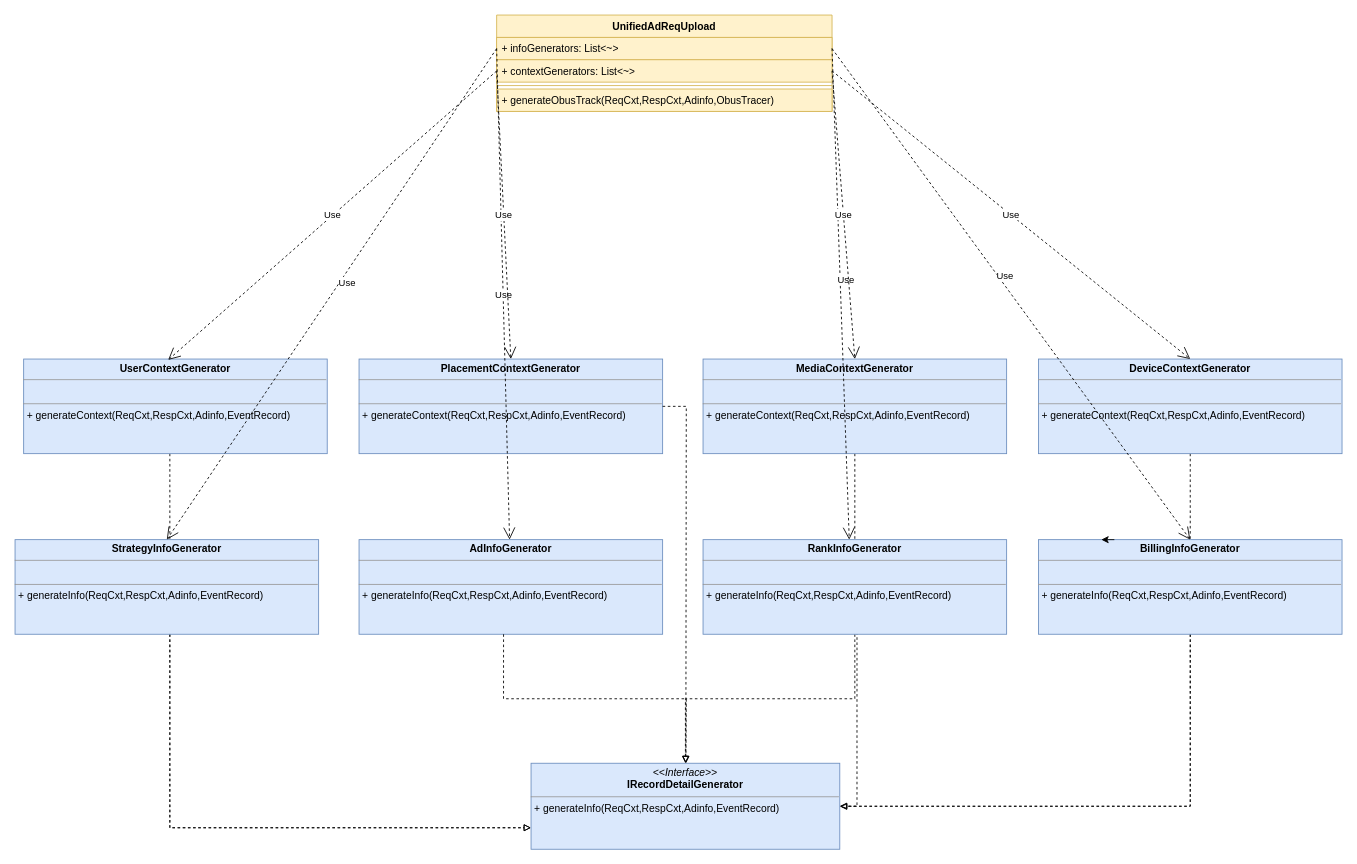
This is page "广告统一转换ObusTrack服务" (4 of 10) of universal-engine/universal-transparent.drawio from karlchan-cn/drawio-repository, a draw.io file, before an edit. Source tidied: cells renumbered, new cells numbered last; positions are measured from the earlier drawing's top-left corner, leaving out a move shared by most shapes. Both pictures are drawn from the tidied source at 86%, with x=0, y=0 at pixel (15, 15).
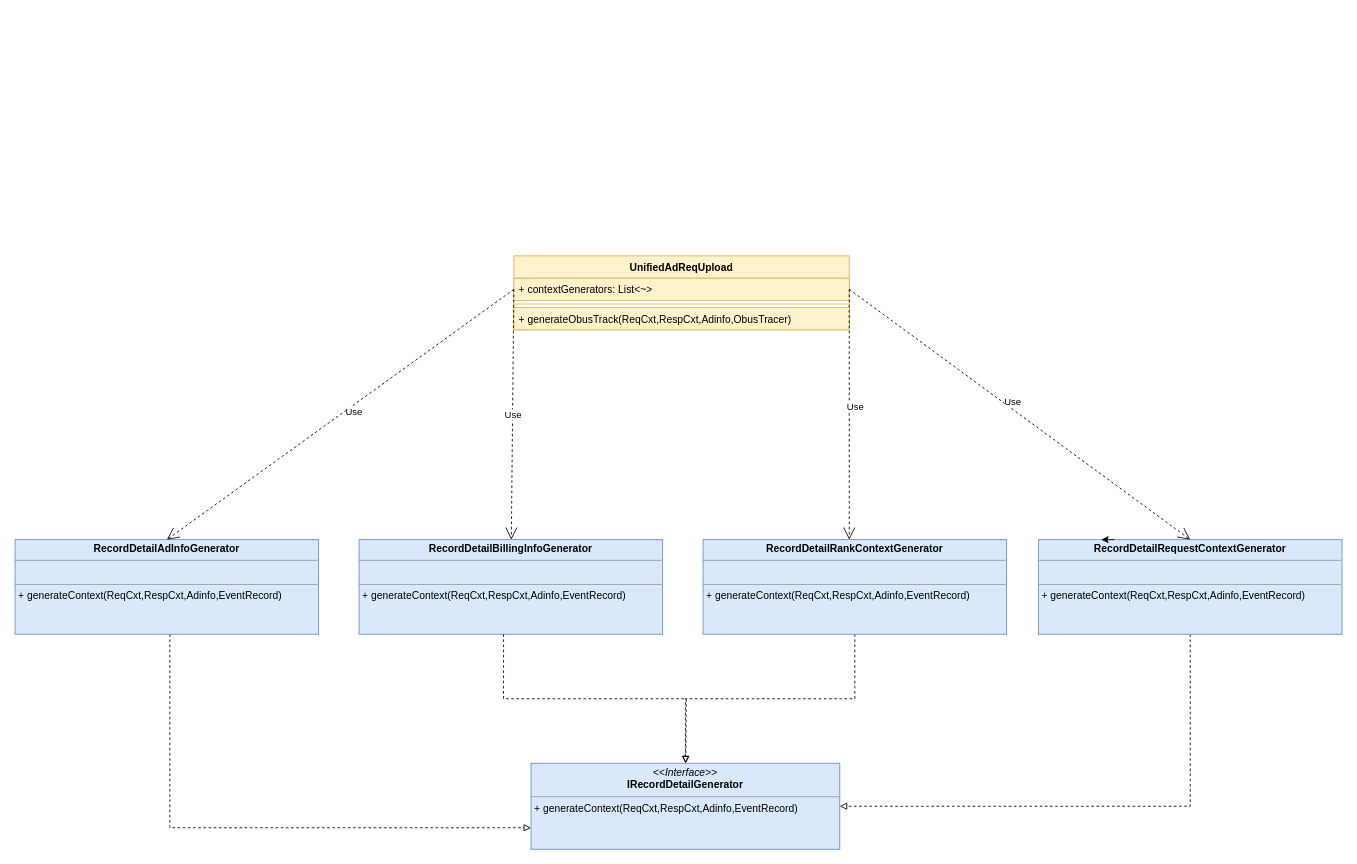
Above is the later version.

Diff of the diagram source:
```diff
@@
-    <mxCell id="2" value="&lt;p style=&quot;margin:0px;margin-top:4px;text-align:center;&quot;&gt;&lt;b&gt;PlacementContextGenerator&lt;/b&gt;&lt;/p&gt;&lt;hr size=&quot;1&quot;&gt;&lt;p style=&quot;margin:0px;margin-left:4px;&quot;&gt;&lt;br&gt;&lt;/p&gt;&lt;hr size=&quot;1&quot;&gt;&lt;p style=&quot;margin:0px;margin-left:4px;&quot;&gt;+ generateContext(ReqCxt,RespCxt,Adinfo,EventRecord)&lt;br&gt;&lt;/p&gt;" style="verticalAlign=top;align=left;overflow=fill;fontSize=12;fontFamily=Helvetica;html=1;whiteSpace=wrap;fillColor=#DAE8FC;strokeColor=#6C8EBF;" parent="1" vertex="1">
-      <mxGeometry x="400" y="400" width="353" height="110" as="geometry" />
-    </mxCell>
-    <mxCell id="3" style="edgeStyle=orthogonalEdgeStyle;rounded=0;jettySize=auto;html=1;entryX=0;entryY=0.75;entryDx=0;entryDy=0;dashed=1;endArrow=block;endFill=0;" parent="1" edge="1" source="4" target="29">
-      <mxGeometry relative="1" as="geometry">
-        <Array as="points">
-          <mxPoint x="180" y="945" />
-        </Array>
-      </mxGeometry>
-    </mxCell>
-    <mxCell id="4" value="&lt;p style=&quot;margin:0px;margin-top:4px;text-align:center;&quot;&gt;&lt;b&gt;UserContextGenerator&lt;/b&gt;&lt;/p&gt;&lt;hr size=&quot;1&quot;&gt;&lt;p style=&quot;margin:0px;margin-left:4px;&quot;&gt;&lt;br&gt;&lt;/p&gt;&lt;hr size=&quot;1&quot;&gt;&lt;p style=&quot;margin:0px;margin-left:4px;&quot;&gt;+ generateContext(ReqCxt,RespCxt,Adinfo,EventRecord)&lt;br&gt;&lt;/p&gt;" style="verticalAlign=top;align=left;overflow=fill;fontSize=12;fontFamily=Helvetica;html=1;whiteSpace=wrap;fillColor=#DAE8FC;strokeColor=#6C8EBF;" parent="1" vertex="1">
-      <mxGeometry x="10" y="400" width="353" height="110" as="geometry" />
-    </mxCell>
-    <mxCell id="5" style="edgeStyle=orthogonalEdgeStyle;rounded=0;jettySize=auto;html=1;entryX=1;entryY=0.5;entryDx=0;entryDy=0;endArrow=blockThin;endFill=0;dashed=1;" parent="1" edge="1" source="6" target="29">
-      <mxGeometry relative="1" as="geometry" />
-    </mxCell>
-    <mxCell id="6" value="&lt;p style=&quot;margin:0px;margin-top:4px;text-align:center;&quot;&gt;&lt;b&gt;MediaContextGenerator&lt;/b&gt;&lt;/p&gt;&lt;hr size=&quot;1&quot;&gt;&lt;p style=&quot;margin:0px;margin-left:4px;&quot;&gt;&lt;br&gt;&lt;/p&gt;&lt;hr size=&quot;1&quot;&gt;&lt;p style=&quot;margin:0px;margin-left:4px;&quot;&gt;+ generateContext(ReqCxt,RespCxt,Adinfo,EventRecord)&lt;br&gt;&lt;/p&gt;" style="verticalAlign=top;align=left;overflow=fill;fontSize=12;fontFamily=Helvetica;html=1;whiteSpace=wrap;fillColor=#DAE8FC;strokeColor=#6C8EBF;" parent="1" vertex="1">
-      <mxGeometry x="800" y="400" width="353" height="110" as="geometry" />
-    </mxCell>
-    <mxCell id="7" style="edgeStyle=orthogonalEdgeStyle;rounded=0;jettySize=auto;html=1;entryX=1;entryY=0.5;entryDx=0;entryDy=0;endArrow=block;endFill=0;dashed=1;" parent="1" edge="1" source="8" target="29">
-      <mxGeometry relative="1" as="geometry">
-        <Array as="points">
-          <mxPoint x="1367" y="920" />
-        </Array>
-      </mxGeometry>
-    </mxCell>
-    <mxCell id="8" value="&lt;p style=&quot;margin:0px;margin-top:4px;text-align:center;&quot;&gt;&lt;b&gt;DeviceContextGenerator&lt;/b&gt;&lt;/p&gt;&lt;hr size=&quot;1&quot;&gt;&lt;p style=&quot;margin:0px;margin-left:4px;&quot;&gt;&lt;br&gt;&lt;/p&gt;&lt;hr size=&quot;1&quot;&gt;&lt;p style=&quot;margin:0px;margin-left:4px;&quot;&gt;+ generateContext(ReqCxt,RespCxt,Adinfo,EventRecord)&lt;br&gt;&lt;/p&gt;" style="verticalAlign=top;align=left;overflow=fill;fontSize=12;fontFamily=Helvetica;html=1;whiteSpace=wrap;fillColor=#DAE8FC;strokeColor=#6C8EBF;" parent="1" vertex="1">
-      <mxGeometry x="1190" y="400" width="353" height="110" as="geometry" />
-    </mxCell>
-    <mxCell id="9" value="&lt;p style=&quot;margin:0px;margin-top:4px;text-align:center;&quot;&gt;&lt;b&gt;AdInfoGenerator&lt;/b&gt;&lt;/p&gt;&lt;hr size=&quot;1&quot;&gt;&lt;p style=&quot;margin:0px;margin-left:4px;&quot;&gt;&lt;br&gt;&lt;/p&gt;&lt;hr size=&quot;1&quot;&gt;&lt;p style=&quot;margin:0px;margin-left:4px;&quot;&gt;+ generateInfo(ReqCxt,RespCxt,Adinfo,EventRecord)&lt;br&gt;&lt;/p&gt;" style="verticalAlign=top;align=left;overflow=fill;fontSize=12;fontFamily=Helvetica;html=1;whiteSpace=wrap;fillColor=#dae8fc;strokeColor=#6c8ebf;" parent="1" vertex="1">
+    <mxCell id="9" value="&lt;p style=&quot;margin:0px;margin-top:4px;text-align:center;&quot;&gt;&lt;b&gt;RecordDetailBillingInfoGenerator&lt;/b&gt;&lt;br&gt;&lt;/p&gt;&lt;hr size=&quot;1&quot;&gt;&lt;p style=&quot;margin:0px;margin-left:4px;&quot;&gt;&lt;br&gt;&lt;/p&gt;&lt;hr size=&quot;1&quot;&gt;&lt;p style=&quot;margin:0px;margin-left:4px;&quot;&gt;+ generateContext(ReqCxt,RespCxt,Adinfo,EventRecord)&lt;br&gt;&lt;/p&gt;" style="verticalAlign=top;align=left;overflow=fill;fontSize=12;fontFamily=Helvetica;html=1;whiteSpace=wrap;fillColor=#dae8fc;strokeColor=#6c8ebf;" parent="1" vertex="1">
       <mxGeometry x="400" y="610" width="353" height="110" as="geometry" />
     </mxCell>
@@
-    <mxCell id="11" value="&lt;p style=&quot;margin:0px;margin-top:4px;text-align:center;&quot;&gt;&lt;b&gt;StrategyInfoGenerator&lt;/b&gt;&lt;/p&gt;&lt;hr size=&quot;1&quot;&gt;&lt;p style=&quot;margin:0px;margin-left:4px;&quot;&gt;&lt;br&gt;&lt;/p&gt;&lt;hr size=&quot;1&quot;&gt;&lt;p style=&quot;margin:0px;margin-left:4px;&quot;&gt;+ generateInfo(ReqCxt,RespCxt,Adinfo,EventRecord)&lt;br&gt;&lt;/p&gt;" style="verticalAlign=top;align=left;overflow=fill;fontSize=12;fontFamily=Helvetica;html=1;whiteSpace=wrap;fillColor=#dae8fc;strokeColor=#6c8ebf;" parent="1" vertex="1">
+    <mxCell id="11" value="&lt;p style=&quot;margin:0px;margin-top:4px;text-align:center;&quot;&gt;&lt;b&gt;RecordDetailAdInfoGenerator&lt;/b&gt;&lt;br&gt;&lt;/p&gt;&lt;hr size=&quot;1&quot;&gt;&lt;p style=&quot;margin:0px;margin-left:4px;&quot;&gt;&lt;br&gt;&lt;/p&gt;&lt;hr size=&quot;1&quot;&gt;&lt;p style=&quot;margin:0px;margin-left:4px;&quot;&gt;+ generateContext(ReqCxt,RespCxt,Adinfo,EventRecord)&lt;br&gt;&lt;/p&gt;" style="verticalAlign=top;align=left;overflow=fill;fontSize=12;fontFamily=Helvetica;html=1;whiteSpace=wrap;fillColor=#dae8fc;strokeColor=#6c8ebf;" parent="1" vertex="1">
       <mxGeometry y="610" width="353" height="110" as="geometry" />
     </mxCell>
@@
-    <mxCell id="13" value="&lt;p style=&quot;margin:0px;margin-top:4px;text-align:center;&quot;&gt;&lt;b&gt;RankInfoGenerator&lt;/b&gt;&lt;/p&gt;&lt;hr size=&quot;1&quot;&gt;&lt;p style=&quot;margin:0px;margin-left:4px;&quot;&gt;&lt;br&gt;&lt;/p&gt;&lt;hr size=&quot;1&quot;&gt;&lt;p style=&quot;margin:0px;margin-left:4px;&quot;&gt;+ generateInfo(ReqCxt,RespCxt,Adinfo,EventRecord)&lt;br&gt;&lt;/p&gt;" style="verticalAlign=top;align=left;overflow=fill;fontSize=12;fontFamily=Helvetica;html=1;whiteSpace=wrap;fillColor=#dae8fc;strokeColor=#6c8ebf;" parent="1" vertex="1">
+    <mxCell id="13" value="&lt;p style=&quot;margin:0px;margin-top:4px;text-align:center;&quot;&gt;&lt;b&gt;RecordDetailRankContextGenerator&lt;/b&gt;&lt;br&gt;&lt;/p&gt;&lt;hr size=&quot;1&quot;&gt;&lt;p style=&quot;margin:0px;margin-left:4px;&quot;&gt;&lt;br&gt;&lt;/p&gt;&lt;hr size=&quot;1&quot;&gt;&lt;p style=&quot;margin:0px;margin-left:4px;&quot;&gt;+ generateContext(ReqCxt,RespCxt,Adinfo,EventRecord)&lt;br&gt;&lt;/p&gt;" style="verticalAlign=top;align=left;overflow=fill;fontSize=12;fontFamily=Helvetica;html=1;whiteSpace=wrap;fillColor=#dae8fc;strokeColor=#6c8ebf;" parent="1" vertex="1">
       <mxGeometry x="800" y="610" width="353" height="110" as="geometry" />
     </mxCell>
@@
-    <mxCell id="15" value="&lt;p style=&quot;margin:0px;margin-top:4px;text-align:center;&quot;&gt;&lt;b&gt;BillingInfoGenerator&lt;/b&gt;&lt;/p&gt;&lt;hr size=&quot;1&quot;&gt;&lt;p style=&quot;margin:0px;margin-left:4px;&quot;&gt;&lt;br&gt;&lt;/p&gt;&lt;hr size=&quot;1&quot;&gt;&lt;p style=&quot;margin:0px;margin-left:4px;&quot;&gt;+ generateInfo(ReqCxt,RespCxt,Adinfo,EventRecord)&lt;br&gt;&lt;/p&gt;" style="verticalAlign=top;align=left;overflow=fill;fontSize=12;fontFamily=Helvetica;html=1;whiteSpace=wrap;fillColor=#DAE8FC;strokeColor=#6c8ebf;" parent="1" vertex="1">
+    <mxCell id="15" value="&lt;p style=&quot;margin:0px;margin-top:4px;text-align:center;&quot;&gt;&lt;b&gt;RecordDetailRequestContextGenerator&lt;/b&gt;&lt;br&gt;&lt;/p&gt;&lt;hr size=&quot;1&quot;&gt;&lt;p style=&quot;margin:0px;margin-left:4px;&quot;&gt;&lt;br&gt;&lt;/p&gt;&lt;hr size=&quot;1&quot;&gt;&lt;p style=&quot;margin:0px;margin-left:4px;&quot;&gt;+ generateContext(ReqCxt,RespCxt,Adinfo,EventRecord)&lt;br&gt;&lt;/p&gt;" style="verticalAlign=top;align=left;overflow=fill;fontSize=12;fontFamily=Helvetica;html=1;whiteSpace=wrap;fillColor=#DAE8FC;strokeColor=#6c8ebf;" parent="1" vertex="1">
       <mxGeometry x="1190" y="610" width="353" height="110" as="geometry" />
     </mxCell>
     <mxCell id="16" value="UnifiedAdReqUpload" style="swimlane;fontStyle=1;align=center;verticalAlign=top;horizontal=1;startSize=26;whiteSpace=wrap;html=1;fillColor=#fff2cc;strokeColor=#d6b656;" parent="1" vertex="1">
-      <mxGeometry x="560" width="390" height="112" as="geometry" />
+      <mxGeometry x="580" y="280" width="390" height="86" as="geometry" />
     </mxCell>
-    <mxCell id="17" value="+ infoGenerators: List&amp;lt;~&amp;gt;" style="text;strokeColor=#d6b656;fillColor=#fff2cc;align=left;verticalAlign=top;spacingLeft=4;spacingRight=4;overflow=hidden;points=[[0,0.5],[1,0.5]];portConstraint=eastwest;whiteSpace=wrap;html=1;" parent="16" vertex="1">
-      <mxGeometry y="26" width="390" height="26" as="geometry" />
-    </mxCell>
     <mxCell id="18" value="+ contextGenerators: List&amp;lt;~&amp;gt;" style="text;strokeColor=#d6b656;fillColor=#fff2cc;align=left;verticalAlign=top;spacingLeft=4;spacingRight=4;overflow=hidden;points=[[0,0.5],[1,0.5]];portConstraint=eastwest;whiteSpace=wrap;html=1;" parent="16" vertex="1">
-      <mxGeometry y="52" width="390" height="26" as="geometry" />
+      <mxGeometry y="26" width="390" height="26" as="geometry" />
     </mxCell>
     <mxCell id="19" style="line;strokeWidth=1;fillColor=none;align=left;verticalAlign=middle;spacingTop=-1;spacingLeft=3;spacingRight=3;labelPosition=right;strokeColor=inherit;" parent="16" vertex="1">
-      <mxGeometry y="78" width="390" height="8" as="geometry" />
+      <mxGeometry y="52" width="390" height="8" as="geometry" />
     </mxCell>
     <mxCell id="20" value="+ generateObusTrack(ReqCxt,RespCxt,Adinfo,ObusTracer)" style="text;strokeColor=#d6b656;fillColor=#fff2cc;align=left;verticalAlign=top;spacingLeft=4;spacingRight=4;overflow=hidden;whiteSpace=wrap;html=1;" parent="16" vertex="1">
-      <mxGeometry y="86" width="390" height="26" as="geometry" />
+      <mxGeometry y="60" width="390" height="26" as="geometry" />
     </mxCell>
-    <mxCell id="21" value="Use" style="endArrow=open;endSize=12;dashed=1;html=1;rounded=0;exitX=0;exitY=0.5;exitDx=0;exitDy=0;" parent="1" edge="1" source="17" target="9">
-      <mxGeometry relative="1" as="geometry" />
+    <mxCell id="21" value="Use" style="endArrow=open;endSize=12;dashed=1;html=1;rounded=0;exitX=0;exitY=0.5;exitDx=0;exitDy=0;" parent="1" edge="1" target="9">
+      <mxGeometry relative="1" as="geometry">
+        <mxPoint x="580" y="319" as="sourcePoint" />
+      </mxGeometry>
     </mxCell>
-    <mxCell id="22" value="Use" style="endArrow=open;endSize=12;dashed=1;html=1;rounded=0;entryX=0.5;entryY=0;entryDx=0;entryDy=0;exitX=0;exitY=0.5;exitDx=0;exitDy=0;" parent="1" edge="1" source="17" target="11">
-      <mxGeometry x="-0.06" y="7" relative="1" as="geometry" />
+    <mxCell id="22" value="Use" style="endArrow=open;endSize=12;dashed=1;html=1;rounded=0;entryX=0.5;entryY=0;entryDx=0;entryDy=0;exitX=0;exitY=0.5;exitDx=0;exitDy=0;" parent="1" edge="1" target="11">
+      <mxGeometry x="-0.06" y="7" relative="1" as="geometry">
+        <mxPoint x="580" y="319" as="sourcePoint" />
+      </mxGeometry>
     </mxCell>
-    <mxCell id="23" value="Use" style="endArrow=open;endSize=12;dashed=1;html=1;rounded=0;exitX=1;exitY=0.5;exitDx=0;exitDy=0;" parent="1" edge="1" source="17">
+    <mxCell id="23" value="Use" style="endArrow=open;endSize=12;dashed=1;html=1;rounded=0;exitX=1;exitY=0.5;exitDx=0;exitDy=0;" parent="1" edge="1">
       <mxGeometry x="-0.06" y="7" relative="1" as="geometry">
+        <mxPoint x="970" y="319" as="sourcePoint" />
         <mxPoint x="970" y="610" as="targetPoint" />
       </mxGeometry>
     </mxCell>
-    <mxCell id="24" value="Use" style="endArrow=open;endSize=12;dashed=1;html=1;rounded=0;entryX=0.5;entryY=0;entryDx=0;entryDy=0;exitX=1;exitY=0.5;exitDx=0;exitDy=0;" parent="1" edge="1" source="17" target="15">
-      <mxGeometry x="-0.06" y="7" relative="1" as="geometry" />
+    <mxCell id="24" value="Use" style="endArrow=open;endSize=12;dashed=1;html=1;rounded=0;entryX=0.5;entryY=0;entryDx=0;entryDy=0;exitX=1;exitY=0.5;exitDx=0;exitDy=0;" parent="1" edge="1" target="15">
+      <mxGeometry x="-0.06" y="7" relative="1" as="geometry">
+        <mxPoint x="970" y="319" as="sourcePoint" />
+      </mxGeometry>
     </mxCell>
-    <mxCell id="25" value="Use" style="endArrow=open;endSize=12;dashed=1;html=1;rounded=0;entryX=0.476;entryY=0.009;entryDx=0;entryDy=0;entryPerimeter=0;exitX=0;exitY=0.5;exitDx=0;exitDy=0;" parent="1" edge="1" source="18" target="4">
-      <mxGeometry relative="1" as="geometry" />
-    </mxCell>
-    <mxCell id="26" value="Use" style="endArrow=open;endSize=12;dashed=1;html=1;rounded=0;entryX=0.5;entryY=0;entryDx=0;entryDy=0;exitX=0;exitY=0.5;exitDx=0;exitDy=0;" parent="1" edge="1" source="18" target="2">
-      <mxGeometry relative="1" as="geometry" />
-    </mxCell>
-    <mxCell id="27" value="Use" style="endArrow=open;endSize=12;dashed=1;html=1;rounded=0;entryX=0.5;entryY=0;entryDx=0;entryDy=0;exitX=1;exitY=0.5;exitDx=0;exitDy=0;" parent="1" edge="1" source="18" target="6">
-      <mxGeometry relative="1" as="geometry" />
-    </mxCell>
-    <mxCell id="28" value="Use" style="endArrow=open;endSize=12;dashed=1;html=1;rounded=0;entryX=0.5;entryY=0;entryDx=0;entryDy=0;exitX=1;exitY=0.5;exitDx=0;exitDy=0;" parent="1" edge="1" source="18" target="8">
-      <mxGeometry relative="1" as="geometry" />
-    </mxCell>
-    <mxCell id="29" value="&lt;p style=&quot;margin:0px;margin-top:4px;text-align:center;&quot;&gt;&lt;i&gt;&amp;lt;&amp;lt;Interface&amp;gt;&amp;gt;&lt;/i&gt;&lt;br&gt;&lt;b&gt;IRecordDetailGenerator&lt;/b&gt;&lt;/p&gt;&lt;hr size=&quot;1&quot;&gt;&lt;p style=&quot;margin:0px;margin-left:4px;&quot;&gt;+ generateInfo(ReqCxt,RespCxt,Adinfo,EventRecord)&lt;br&gt;&lt;/p&gt;" style="verticalAlign=top;align=left;overflow=fill;fontSize=12;fontFamily=Helvetica;html=1;whiteSpace=wrap;strokeColor=#6C8EBF;fillColor=#DAE8FC;" parent="1" vertex="1">
+    <mxCell id="29" value="&lt;p style=&quot;margin:0px;margin-top:4px;text-align:center;&quot;&gt;&lt;i&gt;&amp;lt;&amp;lt;Interface&amp;gt;&amp;gt;&lt;/i&gt;&lt;br&gt;&lt;b&gt;IRecordDetailGenerator&lt;/b&gt;&lt;/p&gt;&lt;hr size=&quot;1&quot;&gt;&lt;p style=&quot;margin:0px;margin-left:4px;&quot;&gt;+ generateContext(ReqCxt,RespCxt,Adinfo,EventRecord)&lt;br&gt;&lt;/p&gt;" style="verticalAlign=top;align=left;overflow=fill;fontSize=12;fontFamily=Helvetica;html=1;whiteSpace=wrap;strokeColor=#6C8EBF;fillColor=#DAE8FC;" parent="1" vertex="1">
       <mxGeometry x="600" y="870" width="359" height="100" as="geometry" />
     </mxCell>
@@
-    <mxCell id="31" style="edgeStyle=orthogonalEdgeStyle;rounded=0;jettySize=auto;html=1;dashed=1;endArrow=block;endFill=0;exitX=1;exitY=0.5;exitDx=0;exitDy=0;" parent="1" edge="1" source="2">
-      <mxGeometry relative="1" as="geometry">
-        <mxPoint x="780" y="870" as="targetPoint" />
-      </mxGeometry>
-    </mxCell>
```
